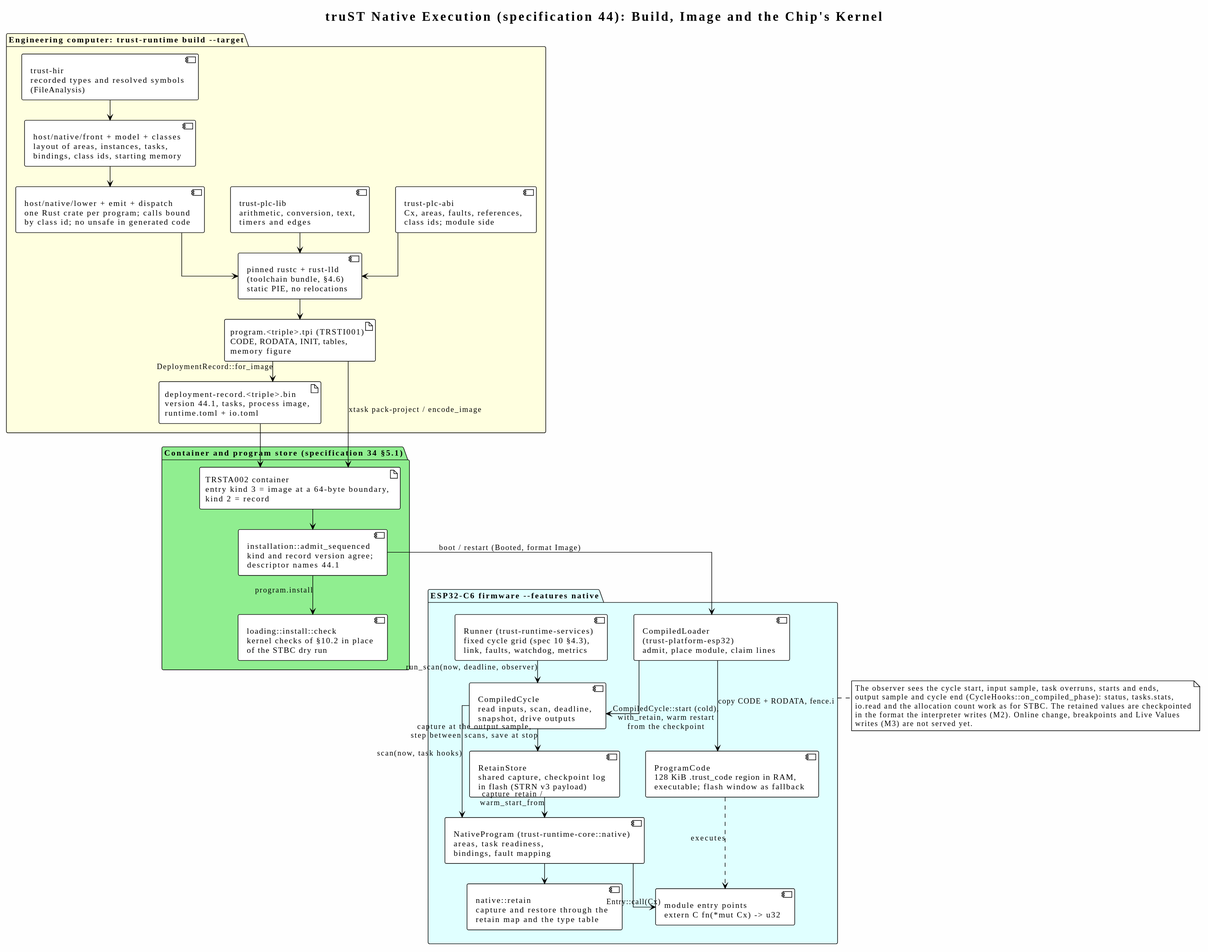
This is docs/diagrams/generated/runtime-native-execution.svg from johannesPettersson80/trust-platform, a PlantUML export, as it was before one commit. The source it was exported from:
```plantuml
@startuml
!theme plain
allowmixing
skinparam backgroundColor #FEFEFE
skinparam componentStyle uml2
skinparam linetype ortho
skinparam nodesep 45
skinparam ranksep 35

title truST Native Execution (specification 44): Build, Image and the Chip's Kernel

package "Engineering computer: trust-runtime build --target" as buildPkg #LightYellow {
    component "trust-hir\nrecorded types and resolved symbols\n(FileAnalysis)" as hir
    component "host/native/front + model + classes\nlayout of areas, instances, tasks,\nbindings, class ids, starting memory" as model
    component "host/native/lower + emit + dispatch\none Rust crate per program; calls bound\nby class id; no unsafe in generated code" as generator
    component "pinned rustc + rust-lld\n(toolchain bundle, §4.6)\nstatic PIE, no relocations" as toolchain
    component "trust-plc-lib\narithmetic, conversion, text,\ntimers and edges" as library
    component "trust-plc-abi\nCx, areas, faults, references,\nclass ids; module side" as abiModule
    artifact "program.<triple>.tpi (TRSTI001)\nCODE, RODATA, INIT, tables,\nmemory figure" as image
    artifact "deployment-record.<triple>.bin\nversion 44.1, tasks, process image,\nruntime.toml + io.toml" as record
    hir --> model
    model --> generator
    generator --> toolchain
    library --> toolchain
    abiModule --> toolchain
    toolchain --> image
    image --> record : DeploymentRecord::for_image
}

package "Container and program store (specification 34 §5.1)" as storePkg #LightGreen {
    artifact "TRSTA002 container\nentry kind 3 = image at a 64-byte boundary,\nkind 2 = record" as container
    component "installation::admit_sequenced\nkind and record version agree;\ndescriptor names 44.1" as admission
    component "loading::install::check\nkernel checks of §10.2 in place\nof the STBC dry run" as installCheck
    image --> container : xtask pack-project / encode_image
    record --> container
    container --> admission
    admission --> installCheck : program.install
}

package "ESP32-C6 firmware --features native" as chipPkg #LightCyan {
    component "Runner (trust-runtime-services)\nfixed cycle grid (spec 10 §4.3),\nlink, faults, watchdog, metrics" as runner
    component "CompiledLoader\n(trust-platform-esp32)\nadmit, place module, claim lines" as loader
    component "ProgramCode\n128 KiB .trust_code region in RAM,\nexecutable; flash window as fallback" as codeRegion
    component "CompiledCycle\nread inputs, scan, deadline,\nsnapshot, drive outputs" as cycle
    component "NativeProgram (trust-runtime-core::native)\nareas, task readiness,\nbindings, fault mapping" as kernel
    component "native::retain\ncapture and restore through the\nretain map and the type table" as retainMap
    component "RetainStore\nshared capture, checkpoint log\nin flash (STRN v3 payload)" as retainStore
    component "module entry points\nextern C fn(*mut Cx) -> u32" as module
    admission --> loader : boot / restart (Booted, format Image)
    loader --> codeRegion : copy CODE + RODATA, fence.i
    loader --> cycle : CompiledCycle::start (cold),\nwith_retain, warm restart\nfrom the checkpoint
    runner --> cycle : run_scan(now, deadline, observer)
    cycle --> kernel : scan(now, task hooks)
    kernel --> module : Entry::call(Cx)
    codeRegion ..> module : executes
    cycle --> retainStore : capture at the output sample,\nstep between scans, save at stop
    retainStore --> kernel : capture_retain /\nwarm_start_from
    kernel --> retainMap
}

note bottom of chipPkg
    The observer sees the cycle start, input sample, task overruns, starts and ends,
    output sample and cycle end (CycleHooks::on_compiled_phase): status, tasks.stats,
    io.read and the allocation count work as for STBC. The retained values are checkpointed
    in the format the interpreter writes (M2). Online change, breakpoints and Live Values
    writes (M3) are not served yet.
end note
@enduml
```
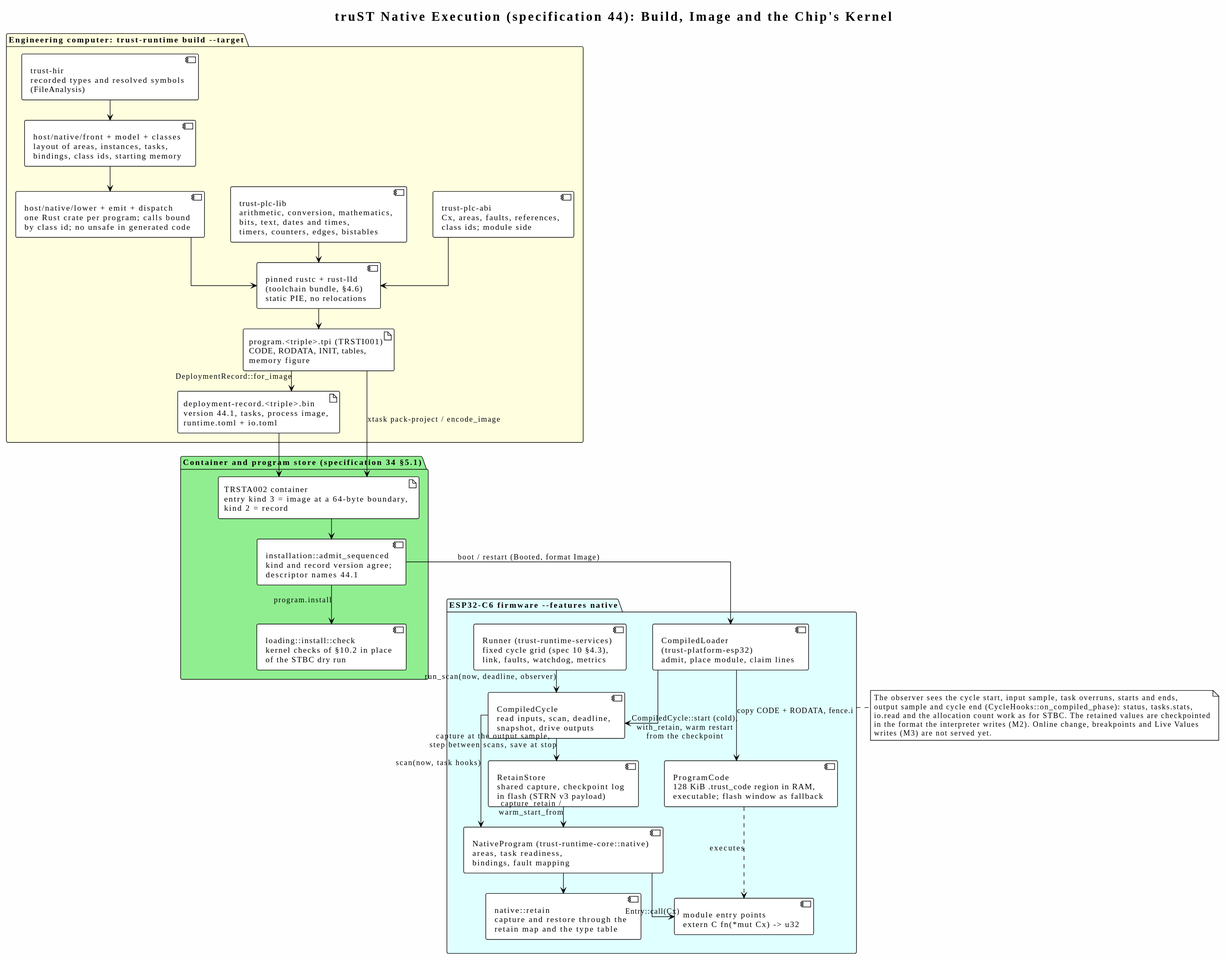
The same file after the commit.

Diff of the diagram source:
```diff
@@ -14,7 +14,7 @@
     component "host/native/front + model + classes\nlayout of areas, instances, tasks,\nbindings, class ids, starting memory" as model
     component "host/native/lower + emit + dispatch\none Rust crate per program; calls bound\nby class id; no unsafe in generated code" as generator
     component "pinned rustc + rust-lld\n(toolchain bundle, §4.6)\nstatic PIE, no relocations" as toolchain
-    component "trust-plc-lib\narithmetic, conversion, text,\ntimers and edges" as library
+    component "trust-plc-lib\narithmetic, conversion, mathematics,\nbits, text, dates and times,\ntimers, counters, edges, bistables" as library
     component "trust-plc-abi\nCx, areas, faults, references,\nclass ids; module side" as abiModule
     artifact "program.<triple>.tpi (TRSTI001)\nCODE, RODATA, INIT, tables,\nmemory figure" as image
     artifact "deployment-record.<triple>.bin\nversion 44.1, tasks, process image,\nruntime.toml + io.toml" as record
```
